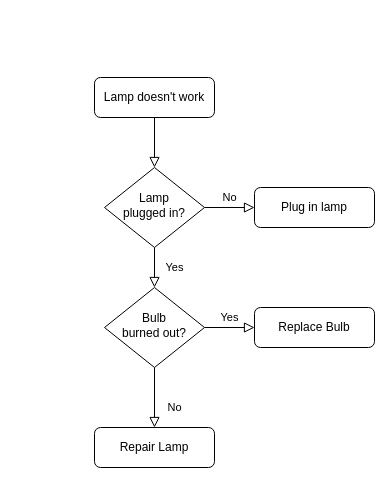
The draw.io diagram wealth rp route.drawio in terryatgithub/books, before the edit. Source tidied: cells renumbered, new cells numbered last; positions are measured from the earlier drawing's top-left corner, leaving out a move shared by most shapes. Both pictures are drawn from the tidied source at 100%, with x=0, y=0 at pixel (94, 77).
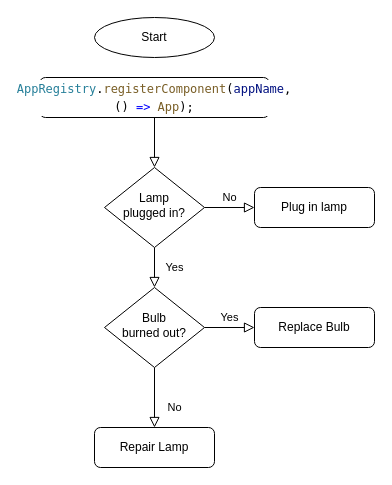
Above is the later version.

Diff of the diagram source:
```diff
@@
 <mxGraphModel>
   <root>
     <mxCell id="0" />
     <mxCell id="1" parent="0" />
     <mxCell id="2" style="rounded=0;html=1;jettySize=auto;fontSize=11;endArrow=block;endFill=0;endSize=8;strokeWidth=1;shadow=0;labelBackgroundColor=none;edgeStyle=orthogonalEdgeStyle;" parent="1" edge="1" source="3" target="6">
       <mxGeometry relative="1" as="geometry" />
     </mxCell>
-    <mxCell id="3" value="Lamp doesn't work" style="rounded=1;whiteSpace=wrap;html=1;fontSize=12;glass=0;strokeWidth=1;shadow=0;" parent="1" vertex="1">
-      <mxGeometry width="120" height="40" as="geometry" />
+    <mxCell id="3" value="&lt;div style=&quot;background-color: rgb(255, 255, 255); font-family: Menlo, Monaco, &amp;quot;Courier New&amp;quot;, monospace; line-height: 18px;&quot;&gt;&lt;span style=&quot;color: #267f99;&quot;&gt;AppRegistry&lt;/span&gt;.&lt;span style=&quot;color: #795e26;&quot;&gt;registerComponent&lt;/span&gt;(&lt;span style=&quot;color: #001080;&quot;&gt;appName&lt;/span&gt;, () &lt;span style=&quot;color: #0000ff;&quot;&gt;=&amp;gt;&lt;/span&gt; &lt;span style=&quot;color: #795e26;&quot;&gt;App&lt;/span&gt;);&lt;/div&gt;" style="rounded=1;whiteSpace=wrap;html=1;fontSize=12;glass=0;strokeWidth=1;shadow=0;align=center;" parent="1" vertex="1">
+      <mxGeometry x="-55" width="230" height="40" as="geometry" />
     </mxCell>
     <mxCell id="4" value="Yes" style="rounded=0;html=1;jettySize=auto;fontSize=11;endArrow=block;endFill=0;endSize=8;strokeWidth=1;shadow=0;labelBackgroundColor=none;edgeStyle=orthogonalEdgeStyle;" parent="1" edge="1" source="6" target="10">
       <mxGeometry y="20" relative="1" as="geometry" />
     </mxCell>
     <mxCell id="5" value="No" style="edgeStyle=orthogonalEdgeStyle;rounded=0;html=1;jettySize=auto;fontSize=11;endArrow=block;endFill=0;endSize=8;strokeWidth=1;shadow=0;labelBackgroundColor=none;" parent="1" edge="1" source="6" target="7">
       <mxGeometry y="10" relative="1" as="geometry" />
     </mxCell>
     <mxCell id="6" value="Lamp&lt;br&gt;plugged in?" style="rhombus;whiteSpace=wrap;html=1;shadow=0;fontFamily=Helvetica;fontSize=12;align=center;strokeWidth=1;spacing=6;spacingTop=-4;" parent="1" vertex="1">
       <mxGeometry x="10" y="90" width="100" height="80" as="geometry" />
     </mxCell>
     <mxCell id="7" value="Plug in lamp" style="rounded=1;whiteSpace=wrap;html=1;fontSize=12;glass=0;strokeWidth=1;shadow=0;" parent="1" vertex="1">
       <mxGeometry x="160" y="110" width="120" height="40" as="geometry" />
     </mxCell>
     <mxCell id="8" value="No" style="rounded=0;html=1;jettySize=auto;fontSize=11;endArrow=block;endFill=0;endSize=8;strokeWidth=1;shadow=0;labelBackgroundColor=none;edgeStyle=orthogonalEdgeStyle;" parent="1" edge="1" source="10" target="11">
       <mxGeometry x="0.33" y="20" relative="1" as="geometry" />
     </mxCell>
     <mxCell id="9" value="Yes" style="edgeStyle=orthogonalEdgeStyle;rounded=0;html=1;jettySize=auto;fontSize=11;endArrow=block;endFill=0;endSize=8;strokeWidth=1;shadow=0;labelBackgroundColor=none;" parent="1" edge="1" source="10" target="12">
       <mxGeometry y="10" relative="1" as="geometry" />
     </mxCell>
     <mxCell id="10" value="Bulb&lt;br&gt;burned out?" style="rhombus;whiteSpace=wrap;html=1;shadow=0;fontFamily=Helvetica;fontSize=12;align=center;strokeWidth=1;spacing=6;spacingTop=-4;" parent="1" vertex="1">
       <mxGeometry x="10" y="210" width="100" height="80" as="geometry" />
     </mxCell>
     <mxCell id="11" value="Repair Lamp" style="rounded=1;whiteSpace=wrap;html=1;fontSize=12;glass=0;strokeWidth=1;shadow=0;" parent="1" vertex="1">
       <mxGeometry y="350" width="120" height="40" as="geometry" />
     </mxCell>
     <mxCell id="12" value="Replace Bulb" style="rounded=1;whiteSpace=wrap;html=1;fontSize=12;glass=0;strokeWidth=1;shadow=0;" parent="1" vertex="1">
       <mxGeometry x="160" y="230" width="120" height="40" as="geometry" />
     </mxCell>
+    <mxCell id="13" value="Start" style="ellipse;whiteSpace=wrap;html=1;" parent="1" vertex="1">
+      <mxGeometry y="-60" width="120" height="40" as="geometry" />
+    </mxCell>
   </root>
 </mxGraphModel>
```
